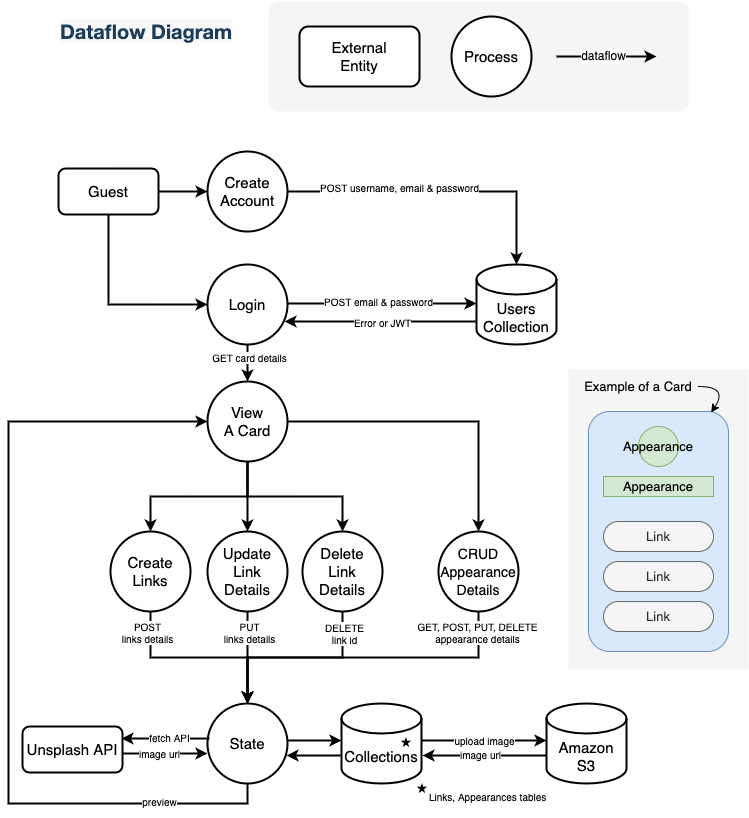
Above: docs/T3A2-DFD.png in teamilink/iLinkDocs (draw.io), before the change. Source tidied: cells renumbered, new cells last; positions are measured from the earlier drawing's top-left corner, leaving out a move shared by most shapes.
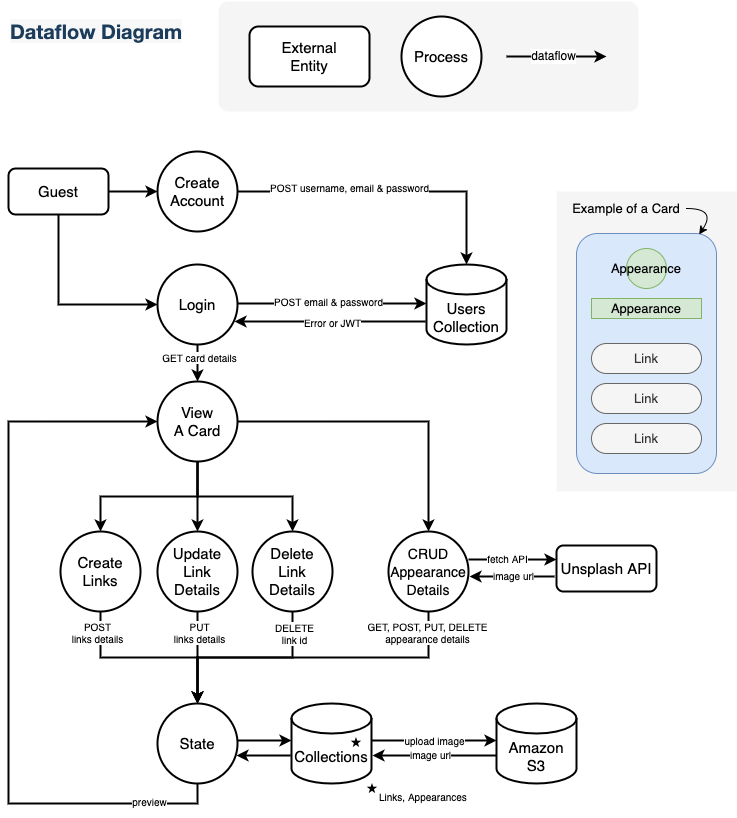
Above is the later version.

The edit, as a diff of the source:
```diff
@@ -74,14 +74,14 @@
       <mxGeometry relative="1" as="geometry">
         <Array as="points">
           <mxPoint x="239" y="802" />
-          <mxPoint y="802" />
-          <mxPoint y="420" />
+          <mxPoint x="50" y="802" />
+          <mxPoint x="50" y="420" />
         </Array>
       </mxGeometry>
     </mxCell>
     <mxCell id="21" value="&lt;font style=&quot;font-size: 10px;&quot;&gt;preview&lt;/font&gt;" style="edgeLabel;html=1;align=center;verticalAlign=middle;fontSize=10;" parent="20" vertex="1">
       <mxGeometry x="0.1" relative="1" as="geometry">
-        <mxPoint x="150" y="201" as="offset" />
+        <mxPoint x="140" y="196" as="offset" />
       </mxGeometry>
     </mxCell>
     <mxCell id="22" style="edgeStyle=orthogonalEdgeStyle;rounded=0;orthogonalLoop=1;jettySize=auto;html=1;exitX=1;exitY=0.5;exitDx=0;exitDy=0;entryX=0;entryY=0.5;entryDx=0;entryDy=0;entryPerimeter=0;strokeWidth=2;" parent="1" edge="1">
@@ -112,7 +112,7 @@
       </mxGeometry>
     </mxCell>
     <mxCell id="28" value="Unsplash API" style="rounded=1;whiteSpace=wrap;html=1;fontSize=15;strokeWidth=2;fontColor=#000000;" parent="1" vertex="1">
-      <mxGeometry x="14" y="725" width="100" height="46" as="geometry" />
+      <mxGeometry x="598" y="544" width="100" height="46" as="geometry" />
     </mxCell>
     <mxCell id="29" value="Update&lt;br&gt;Link&lt;br&gt;Details" style="ellipse;whiteSpace=wrap;html=1;fontSize=15;strokeWidth=2;fontColor=#000000;" parent="1" vertex="1">
       <mxGeometry x="199" y="530" width="80" height="80" as="geometry" />
@@ -137,26 +137,26 @@
     <mxCell id="34" value="Collections" style="shape=cylinder3;whiteSpace=wrap;html=1;boundedLbl=1;backgroundOutline=1;size=15;fontSize=15;strokeWidth=2;" parent="1" vertex="1">
       <mxGeometry x="333" y="702" width="80" height="80" as="geometry" />
     </mxCell>
-    <mxCell id="35" style="edgeStyle=orthogonalEdgeStyle;rounded=0;orthogonalLoop=1;jettySize=auto;html=1;entryX=1;entryY=0.5;entryDx=0;entryDy=0;fontSize=12;fontColor=#000000;strokeColor=#000000;strokeWidth=2;startArrow=classic;startFill=1;endArrow=none;endFill=0;" parent="1" edge="1">
+    <mxCell id="35" style="edgeStyle=orthogonalEdgeStyle;rounded=0;orthogonalLoop=1;jettySize=auto;html=1;entryX=1;entryY=0.5;entryDx=0;entryDy=0;fontSize=12;fontColor=#000000;strokeColor=#000000;strokeWidth=2;startArrow=none;startFill=0;endArrow=classic;endFill=1;" parent="1" edge="1">
       <mxGeometry relative="1" as="geometry">
-        <mxPoint x="199" y="752" as="sourcePoint" />
-        <mxPoint x="114" y="752" as="targetPoint" />
+        <mxPoint x="596" y="575" as="sourcePoint" />
+        <mxPoint x="511" y="575" as="targetPoint" />
       </mxGeometry>
     </mxCell>
     <mxCell id="36" value="image url" style="edgeLabel;html=1;align=center;verticalAlign=middle;fontSize=10;fontColor=#000000;" parent="35" vertex="1">
       <mxGeometry x="0.2" y="2" relative="1" as="geometry">
-        <mxPoint x="2" y="-3" as="offset" />
+        <mxPoint x="9" y="-3" as="offset" />
       </mxGeometry>
     </mxCell>
-    <mxCell id="37" style="edgeStyle=orthogonalEdgeStyle;rounded=0;orthogonalLoop=1;jettySize=auto;html=1;fontSize=15;strokeWidth=2;fontColor=#000000;startArrow=classic;startFill=1;endArrow=none;endFill=0;entryX=0.025;entryY=0.363;entryDx=0;entryDy=0;entryPerimeter=0;" parent="1" edge="1">
+    <mxCell id="37" style="edgeStyle=orthogonalEdgeStyle;rounded=0;orthogonalLoop=1;jettySize=auto;html=1;fontSize=15;strokeWidth=2;fontColor=#000000;startArrow=none;startFill=0;endArrow=classic;endFill=1;entryX=0.025;entryY=0.363;entryDx=0;entryDy=0;entryPerimeter=0;" parent="1" edge="1">
       <mxGeometry relative="1" as="geometry">
-        <mxPoint x="113" y="737" as="sourcePoint" />
-        <mxPoint x="201" y="737" as="targetPoint" />
+        <mxPoint x="510" y="558" as="sourcePoint" />
+        <mxPoint x="598" y="558" as="targetPoint" />
       </mxGeometry>
     </mxCell>
     <mxCell id="38" value="fetch API" style="edgeLabel;html=1;align=center;verticalAlign=middle;fontSize=10;fontColor=#000000;" parent="37" vertex="1">
       <mxGeometry x="-0.29" y="2" relative="1" as="geometry">
-        <mxPoint x="16" as="offset" />
+        <mxPoint x="7" as="offset" />
       </mxGeometry>
     </mxCell>
     <mxCell id="39" value="View&lt;br&gt;A Card" style="ellipse;whiteSpace=wrap;html=1;fontSize=15;strokeWidth=2;fontColor=#000000;" parent="1" vertex="1">
@@ -214,7 +214,7 @@
     <mxCell id="53" value="★" style="text;html=1;strokeColor=none;fillColor=none;align=center;verticalAlign=middle;whiteSpace=wrap;rounded=0;fontSize=12;fontColor=#000000;" parent="52" vertex="1">
       <mxGeometry width="30" height="19" as="geometry" />
     </mxCell>
-    <mxCell id="54" value="&lt;font style=&quot;font-size: 10px;&quot;&gt;Links, Appearances tables&lt;/font&gt;" style="text;html=1;strokeColor=none;fillColor=none;align=left;verticalAlign=middle;whiteSpace=wrap;rounded=0;fontSize=12;fontColor=#000000;" parent="52" vertex="1">
+    <mxCell id="54" value="&lt;font style=&quot;font-size: 10px;&quot;&gt;Links, Appearances&lt;/font&gt;" style="text;html=1;strokeColor=none;fillColor=none;align=left;verticalAlign=middle;whiteSpace=wrap;rounded=0;fontSize=12;fontColor=#000000;" parent="52" vertex="1">
       <mxGeometry x="20" y="3" width="130" height="30" as="geometry" />
     </mxCell>
     <mxCell id="55" value="★" style="text;html=1;strokeColor=none;fillColor=none;align=center;verticalAlign=middle;whiteSpace=wrap;rounded=0;fontSize=12;fontColor=#000000;" parent="1" vertex="1">
@@ -227,33 +227,33 @@
       </mxGeometry>
     </mxCell>
     <mxCell id="57" style="rounded=0;whiteSpace=wrap;html=1;fontSize=13;fillColor=#f5f5f5;strokeColor=none;fontColor=#333333;arcSize=6;shadow=0;sketch=0;" parent="1" vertex="1">
-      <mxGeometry x="560" y="368" width="180" height="300" as="geometry" />
+      <mxGeometry x="598" y="190" width="180" height="300" as="geometry" />
     </mxCell>
     <mxCell id="58" style="rounded=1;whiteSpace=wrap;html=1;fontSize=10;fillColor=#dae8fc;strokeColor=#6c8ebf;" parent="1" vertex="1">
-      <mxGeometry x="580" y="410" width="140" height="240" as="geometry" />
+      <mxGeometry x="618" y="232" width="140" height="240" as="geometry" />
     </mxCell>
     <mxCell id="59" value="Link" style="rounded=1;whiteSpace=wrap;html=1;fontSize=13;fillColor=#f5f5f5;strokeColor=#666666;arcSize=50;fontColor=#333333;" parent="1" vertex="1">
-      <mxGeometry x="595" y="520" width="110" height="30" as="geometry" />
+      <mxGeometry x="633" y="342" width="110" height="30" as="geometry" />
     </mxCell>
     <mxCell id="60" value="Link" style="rounded=1;whiteSpace=wrap;html=1;fontSize=13;fillColor=#f5f5f5;strokeColor=#666666;arcSize=50;fontColor=#333333;" parent="1" vertex="1">
-      <mxGeometry x="595" y="560" width="110" height="30" as="geometry" />
+      <mxGeometry x="633" y="382" width="110" height="30" as="geometry" />
     </mxCell>
     <mxCell id="61" value="Link" style="rounded=1;whiteSpace=wrap;html=1;fontSize=13;fillColor=#f5f5f5;strokeColor=#666666;arcSize=50;fontColor=#333333;" parent="1" vertex="1">
-      <mxGeometry x="595" y="600" width="110" height="30" as="geometry" />
+      <mxGeometry x="633" y="422" width="110" height="30" as="geometry" />
     </mxCell>
     <mxCell id="62" value="Appearance" style="ellipse;whiteSpace=wrap;html=1;fontSize=13;fillColor=#d5e8d4;strokeColor=#82b366;" parent="1" vertex="1">
-      <mxGeometry x="630" y="425" width="40" height="40" as="geometry" />
+      <mxGeometry x="668" y="247" width="40" height="40" as="geometry" />
     </mxCell>
     <mxCell id="63" value="Appearance" style="rounded=1;whiteSpace=wrap;html=1;fontSize=13;fillColor=#d5e8d4;strokeColor=#82b366;arcSize=0;" parent="1" vertex="1">
-      <mxGeometry x="595" y="475" width="110" height="20" as="geometry" />
+      <mxGeometry x="633" y="297" width="110" height="20" as="geometry" />
     </mxCell>
     <mxCell id="64" value="Example of a Card" style="text;html=1;strokeColor=none;fillColor=none;align=center;verticalAlign=middle;whiteSpace=wrap;rounded=0;fontSize=13;" parent="1" vertex="1">
-      <mxGeometry x="570" y="370" width="120" height="30" as="geometry" />
+      <mxGeometry x="608" y="192" width="120" height="30" as="geometry" />
     </mxCell>
     <mxCell id="65" style="curved=1;endArrow=classic;html=1;rounded=0;fontSize=13;entryX=0.876;entryY=0.004;entryDx=0;entryDy=0;entryPerimeter=0;exitX=1;exitY=0.5;exitDx=0;exitDy=0;" parent="1" edge="1" source="64" target="58">
       <mxGeometry relative="1" as="geometry">
         <Array as="points">
-          <mxPoint x="720" y="385" />
+          <mxPoint x="758" y="207" />
         </Array>
       </mxGeometry>
     </mxCell>
```
